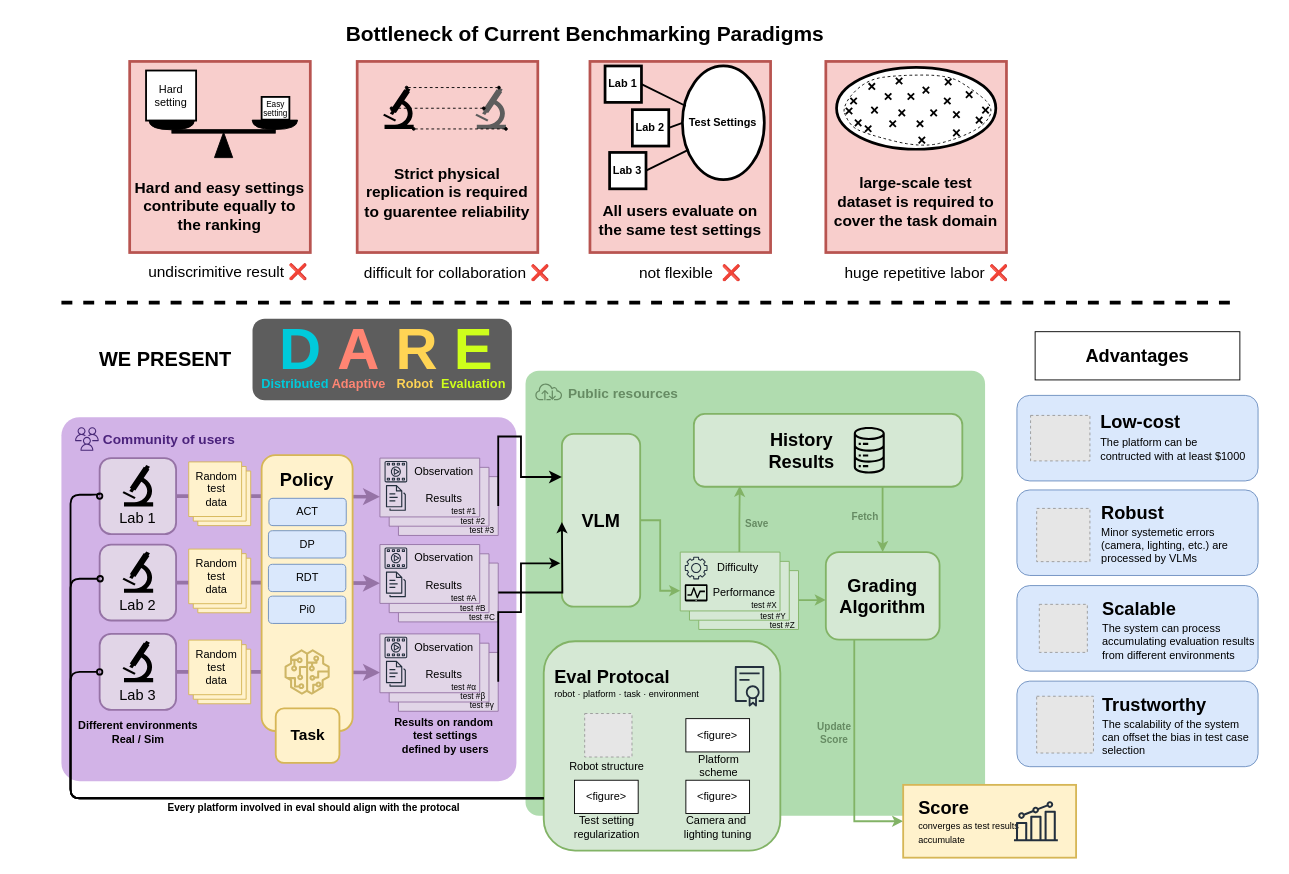
Above: teaser.drawio in cxh-cxh/Embodied-VLM-Judge-figures (draw.io), before the change. Source tidied: cells renumbered, new cells numbered last; positions are measured from the earlier drawing's top-left corner, leaving out a move shared by most shapes. Both pictures are drawn from the tidied source at 91%, with x=0, y=0 at pixel (15, 15). Pictures stored in the file or linked from it are replaced by grey dashed boxes.
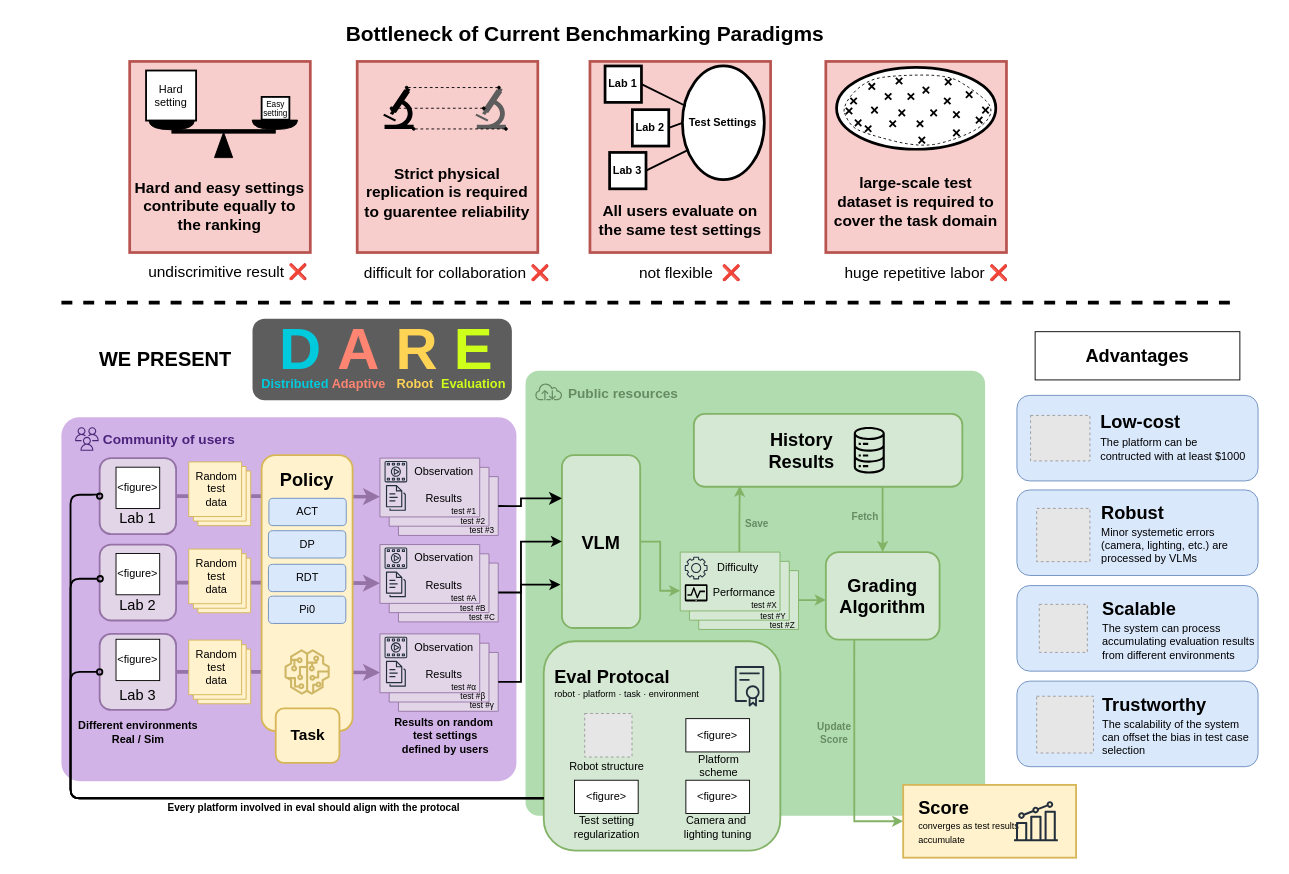
The same page after the edit.

The change refers to these unchanged cells:
```xml
<mxCell id="14" style="group;strokeWidth=2;" parent="1" vertex="1">
  <mxGeometry x="92" y="485.9" width="84" height="83.5" as="geometry" />
</mxCell>
<mxCell id="19" style="verticalLabelPosition=bottom;verticalAlign=top;html=1;shape=mxgraph.basic.layered_rect;dx=20.35;outlineConnect=0;whiteSpace=wrap;fillColor=#e1d5e7;strokeColor=#9673a6;" parent="18" vertex="1">
  <mxGeometry width="130" height="85" as="geometry" />
</mxCell>
<mxCell id="28" style="group;" parent="1" vertex="1">
  <mxGeometry x="90" y="725.9" width="114" height="83.5" as="geometry" />
</mxCell>
<mxCell id="34" style="verticalLabelPosition=bottom;verticalAlign=top;html=1;shape=mxgraph.basic.layered_rect;dx=20.35;outlineConnect=0;whiteSpace=wrap;fillColor=#e1d5e7;strokeColor=#9673a6;" parent="33" vertex="1">
  <mxGeometry width="130" height="85" as="geometry" />
</mxCell>
<mxCell id="43" style="group;strokeWidth=2;" parent="1" vertex="1">
  <mxGeometry x="92" y="580.9" width="84" height="83.5" as="geometry" />
</mxCell>
<mxCell id="48" style="verticalLabelPosition=bottom;verticalAlign=top;html=1;shape=mxgraph.basic.layered_rect;dx=20.35;outlineConnect=0;whiteSpace=wrap;fillColor=#e1d5e7;strokeColor=#9673a6;" parent="47" vertex="1">
  <mxGeometry width="130" height="85" as="geometry" />
</mxCell>
```

What changed in the source:
```diff
@@
     <mxCell id="8" value="&lt;font style=&quot;font-size: 20px;&quot;&gt;&lt;b&gt;VLM&lt;/b&gt;&lt;/font&gt;" style="rounded=1;whiteSpace=wrap;html=1;fillColor=#d5e8d4;strokeColor=#82b366;strokeWidth=2;" parent="1" vertex="1">
-      <mxGeometry x="600" y="459.2" width="86" height="190" as="geometry" />
+      <mxGeometry x="600" y="482.6" width="86" height="190" as="geometry" />
     </mxCell>
@@
-    <mxCell id="16" style="shape=mxgraph.signs.science.microscope;html=1;fillColor=#000000;strokeColor=none;verticalLabelPosition=bottom;verticalAlign=top;align=center;sketch=0;" parent="14" vertex="1">
-      <mxGeometry x="25.2" y="7.6" width="33.6" height="45.5" as="geometry" />
-    </mxCell>
+    <mxCell id="243" value="&amp;lt;figure&amp;gt;" style="rounded=0;whiteSpace=wrap;html=1;" parent="14" vertex="1">
+      <mxGeometry x="18" y="10" width="48" height="45.4" as="geometry" />
+    </mxCell>
@@
-    <mxCell id="30" style="shape=mxgraph.signs.science.microscope;html=1;fillColor=#000000;strokeColor=none;verticalLabelPosition=bottom;verticalAlign=top;align=center;sketch=0;" parent="28" vertex="1">
-      <mxGeometry x="27.2" y="-39.2" width="33.6" height="45.5" as="geometry" />
-    </mxCell>
@@
+    <mxCell id="244" value="&amp;lt;figure&amp;gt;" style="rounded=0;whiteSpace=wrap;html=1;" parent="28" vertex="1">
+      <mxGeometry x="20" y="-40.9" width="48" height="45.4" as="geometry" />
+    </mxCell>
@@
-    <mxCell id="45" style="shape=mxgraph.signs.science.microscope;html=1;fillColor=#000000;strokeColor=none;verticalLabelPosition=bottom;verticalAlign=top;align=center;sketch=0;" parent="43" vertex="1">
-      <mxGeometry x="25.2" y="7.6" width="33.6" height="45.5" as="geometry" />
-    </mxCell>
+    <mxCell id="245" value="&amp;lt;figure&amp;gt;" style="rounded=0;whiteSpace=wrap;html=1;" parent="43" vertex="1">
+      <mxGeometry x="18" y="9.8" width="48" height="45.4" as="geometry" />
+    </mxCell>
@@
     <mxCell id="76" style="edgeStyle=segmentEdgeStyle;endArrow=classic;html=1;curved=0;rounded=0;endSize=8;startSize=8;exitX=0;exitY=0;exitDx=130;exitDy=52.675000000000004;exitPerimeter=0;entryX=0;entryY=0.25;entryDx=0;entryDy=0;strokeWidth=2;" parent="1" edge="1" source="19" target="8">
       <mxGeometry relative="1" as="geometry">
         <Array as="points">
-          <mxPoint x="555" y="462.2" />
-          <mxPoint x="555" y="507.2" />
+          <mxPoint x="555" y="538" />
+          <mxPoint x="555" y="530" />
         </Array>
       </mxGeometry>
     </mxCell>
-    <mxCell id="77" style="edgeStyle=orthogonalEdgeStyle;rounded=0;jettySize=auto;html=1;exitX=0;exitY=0;exitDx=130;exitDy=52.675000000000004;exitPerimeter=0;strokeWidth=2;" parent="1" edge="1" source="48">
+    <mxCell id="77" style="edgeStyle=orthogonalEdgeStyle;rounded=0;jettySize=auto;html=1;exitX=0;exitY=0;exitDx=130;exitDy=52.675000000000004;exitPerimeter=0;strokeWidth=2;entryX=0;entryY=0.5;entryDx=0;entryDy=0;" parent="1" edge="1" source="48" target="8">
       <mxGeometry relative="1" as="geometry">
-        <mxPoint x="600" y="556.2" as="targetPoint" />
+        <Array as="points">
+          <mxPoint x="555" y="634" />
+          <mxPoint x="555" y="578" />
+        </Array>
       </mxGeometry>
     </mxCell>
     <mxCell id="78" style="edgeStyle=orthogonalEdgeStyle;rounded=0;jettySize=auto;html=1;exitX=0;exitY=0;exitDx=130;exitDy=52.675000000000004;exitPerimeter=0;entryX=-0.02;entryY=0.749;entryDx=0;entryDy=0;entryPerimeter=0;strokeWidth=2;" parent="1" edge="1" source="34" target="8">
       <mxGeometry relative="1" as="geometry">
         <Array as="points">
-          <mxPoint x="555" y="655.2" />
-          <mxPoint x="555" y="601.2" />
+          <mxPoint x="555" y="732" />
+          <mxPoint x="555" y="625" />
         </Array>
       </mxGeometry>
     </mxCell>
```
